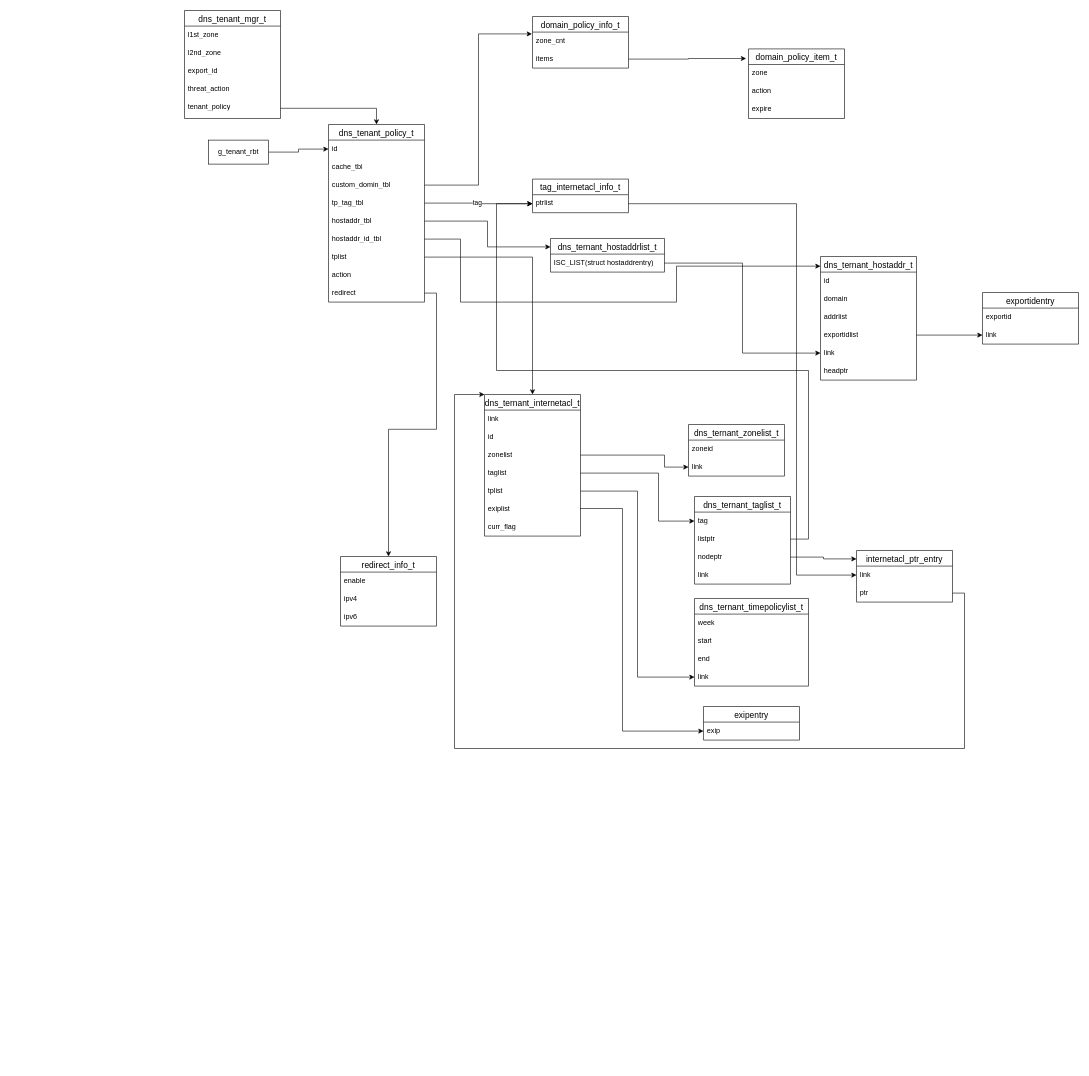
Earlier version of the draw.io diagram dta.drawio (jiafengjason/draw.io). Source tidied: cells renumbered, new cells numbered last; positions are measured from the earlier drawing's top-left corner, leaving out a move shared by most shapes. Both pictures are drawn from the tidied source at 60%, with x=0, y=0 at pixel (184, 10).
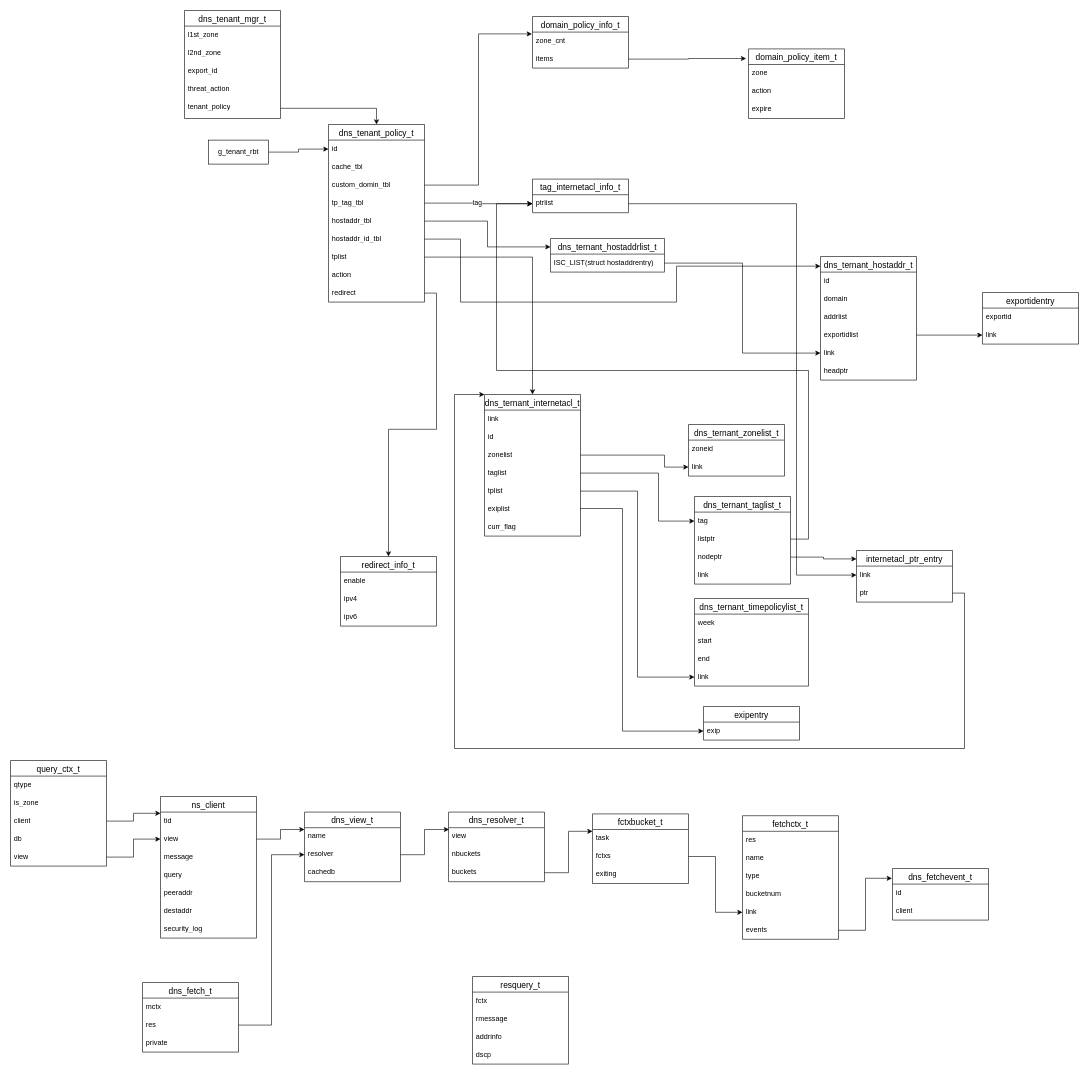
The same page after the edit.

What changed in the source:
```diff
@@
+    <mxCell id="90" value="ns_client" style="swimlane;fontStyle=0;horizontal=1;startSize=26;align=center;fontSize=14;" parent="1" vertex="1">
+      <mxGeometry x="-40" y="1310" width="160" height="236" as="geometry" />
+    </mxCell>
+    <mxCell id="91" value="tid" style="text;strokeColor=none;fillColor=none;spacingLeft=4;spacingRight=4;overflow=hidden;points=[[0,0.5],[1,0.5]];portConstraint=eastwest;fontSize=12;whiteSpace=wrap;html=1;" parent="90" vertex="1">
+      <mxGeometry y="26" width="160" height="30" as="geometry" />
+    </mxCell>
+    <mxCell id="92" value="view" style="text;strokeColor=none;fillColor=none;spacingLeft=4;spacingRight=4;overflow=hidden;points=[[0,0.5],[1,0.5]];portConstraint=eastwest;fontSize=12;whiteSpace=wrap;html=1;" parent="90" vertex="1">
+      <mxGeometry y="56" width="160" height="30" as="geometry" />
+    </mxCell>
+    <mxCell id="93" value="message" style="text;strokeColor=none;fillColor=none;spacingLeft=4;spacingRight=4;overflow=hidden;fontSize=12;whiteSpace=wrap;html=1;" parent="90" vertex="1">
+      <mxGeometry y="86" width="160" height="30" as="geometry" />
+    </mxCell>
+    <mxCell id="94" value="query" style="text;strokeColor=none;fillColor=none;spacingLeft=4;spacingRight=4;overflow=hidden;fontSize=12;whiteSpace=wrap;html=1;" parent="90" vertex="1">
+      <mxGeometry y="116" width="160" height="30" as="geometry" />
+    </mxCell>
+    <mxCell id="95" value="peeraddr" style="text;strokeColor=none;fillColor=none;spacingLeft=4;spacingRight=4;overflow=hidden;fontSize=12;whiteSpace=wrap;html=1;" parent="90" vertex="1">
+      <mxGeometry y="146" width="160" height="30" as="geometry" />
+    </mxCell>
+    <mxCell id="96" value="destaddr" style="text;strokeColor=none;fillColor=none;spacingLeft=4;spacingRight=4;overflow=hidden;fontSize=12;whiteSpace=wrap;html=1;" parent="90" vertex="1">
+      <mxGeometry y="176" width="160" height="30" as="geometry" />
+    </mxCell>
+    <mxCell id="97" value="security_log" style="text;strokeColor=none;fillColor=none;spacingLeft=4;spacingRight=4;overflow=hidden;fontSize=12;whiteSpace=wrap;html=1;" parent="90" vertex="1">
+      <mxGeometry y="206" width="160" height="30" as="geometry" />
+    </mxCell>
+    <mxCell id="98" value="dns_view_t" style="swimlane;fontStyle=0;horizontal=1;startSize=26;align=center;fontSize=14;" parent="1" vertex="1">
+      <mxGeometry x="200" y="1336" width="160" height="116" as="geometry" />
+    </mxCell>
+    <mxCell id="99" value="name" style="text;strokeColor=none;fillColor=none;spacingLeft=4;spacingRight=4;overflow=hidden;fontSize=12;whiteSpace=wrap;html=1;" parent="98" vertex="1">
+      <mxGeometry y="26" width="160" height="30" as="geometry" />
+    </mxCell>
+    <mxCell id="100" value="resolver" style="text;strokeColor=none;fillColor=none;spacingLeft=4;spacingRight=4;overflow=hidden;points=[[0,0.5],[1,0.5]];portConstraint=eastwest;fontSize=12;whiteSpace=wrap;html=1;" parent="98" vertex="1">
+      <mxGeometry y="56" width="160" height="30" as="geometry" />
+    </mxCell>
+    <mxCell id="101" value="cachedb" style="text;strokeColor=none;fillColor=none;spacingLeft=4;spacingRight=4;overflow=hidden;fontSize=12;whiteSpace=wrap;html=1;" parent="98" vertex="1">
+      <mxGeometry y="86" width="160" height="30" as="geometry" />
+    </mxCell>
+    <mxCell id="102" style="edgeStyle=orthogonalEdgeStyle;rounded=0;jettySize=auto;html=1;entryX=0;entryY=0.25;entryDx=0;entryDy=0;" parent="1" edge="1" source="92" target="98">
+      <mxGeometry relative="1" as="geometry" />
+    </mxCell>
+    <mxCell id="103" value="query_ctx_t" style="swimlane;fontStyle=0;horizontal=1;startSize=26;align=center;fontSize=14;" parent="1" vertex="1">
+      <mxGeometry x="-290" y="1250" width="160" height="176" as="geometry" />
+    </mxCell>
+    <mxCell id="104" value="qtype" style="text;strokeColor=none;fillColor=none;spacingLeft=4;spacingRight=4;overflow=hidden;fontSize=12;whiteSpace=wrap;html=1;" parent="103" vertex="1">
+      <mxGeometry y="26" width="160" height="30" as="geometry" />
+    </mxCell>
+    <mxCell id="105" value="is_zone" style="text;strokeColor=none;fillColor=none;spacingLeft=4;spacingRight=4;overflow=hidden;fontSize=12;whiteSpace=wrap;html=1;" parent="103" vertex="1">
+      <mxGeometry y="56" width="160" height="30" as="geometry" />
+    </mxCell>
+    <mxCell id="106" value="client" style="text;strokeColor=none;fillColor=none;spacingLeft=4;spacingRight=4;overflow=hidden;points=[[0,0.5],[1,0.5]];portConstraint=eastwest;fontSize=12;whiteSpace=wrap;html=1;" parent="103" vertex="1">
+      <mxGeometry y="86" width="160" height="30" as="geometry" />
+    </mxCell>
+    <mxCell id="107" value="db" style="text;strokeColor=none;fillColor=none;spacingLeft=4;spacingRight=4;overflow=hidden;fontSize=12;whiteSpace=wrap;html=1;" parent="103" vertex="1">
+      <mxGeometry y="116" width="160" height="30" as="geometry" />
+    </mxCell>
+    <mxCell id="108" value="view" style="text;strokeColor=none;fillColor=none;spacingLeft=4;spacingRight=4;overflow=hidden;points=[[0,0.5],[1,0.5]];portConstraint=eastwest;fontSize=12;whiteSpace=wrap;html=1;" parent="103" vertex="1">
+      <mxGeometry y="146" width="160" height="30" as="geometry" />
+    </mxCell>
+    <mxCell id="109" style="edgeStyle=orthogonalEdgeStyle;rounded=0;jettySize=auto;html=1;entryX=0;entryY=0.5;entryDx=0;entryDy=0;" parent="1" edge="1" source="108" target="92">
+      <mxGeometry relative="1" as="geometry" />
+    </mxCell>
+    <mxCell id="110" style="edgeStyle=orthogonalEdgeStyle;rounded=0;jettySize=auto;html=1;entryX=0;entryY=0.067;entryDx=0;entryDy=0;entryPerimeter=0;" parent="1" edge="1" source="106" target="91">
+      <mxGeometry relative="1" as="geometry" />
+    </mxCell>
+    <mxCell id="111" style="edgeStyle=orthogonalEdgeStyle;rounded=0;jettySize=auto;html=1;entryX=0;entryY=0.5;entryDx=0;entryDy=0;exitX=1;exitY=0.5;exitDx=0;exitDy=0;" parent="1" edge="1" source="114" target="100">
+      <mxGeometry relative="1" as="geometry" />
+    </mxCell>
+    <mxCell id="112" value="dns_fetch_t" style="swimlane;fontStyle=0;horizontal=1;startSize=26;align=center;fontSize=14;" parent="1" vertex="1">
+      <mxGeometry x="-70" y="1620" width="160" height="116" as="geometry" />
+    </mxCell>
+    <mxCell id="113" value="mctx" style="text;strokeColor=none;fillColor=none;spacingLeft=4;spacingRight=4;overflow=hidden;fontSize=12;whiteSpace=wrap;html=1;" parent="112" vertex="1">
+      <mxGeometry y="26" width="160" height="30" as="geometry" />
+    </mxCell>
+    <mxCell id="114" value="res" style="text;strokeColor=none;fillColor=none;spacingLeft=4;spacingRight=4;overflow=hidden;points=[[0,0.5],[1,0.5]];portConstraint=eastwest;fontSize=12;whiteSpace=wrap;html=1;" parent="112" vertex="1">
+      <mxGeometry y="56" width="160" height="30" as="geometry" />
+    </mxCell>
+    <mxCell id="115" value="private" style="text;strokeColor=none;fillColor=none;spacingLeft=4;spacingRight=4;overflow=hidden;fontSize=12;whiteSpace=wrap;html=1;" parent="112" vertex="1">
+      <mxGeometry y="86" width="160" height="30" as="geometry" />
+    </mxCell>
+    <mxCell id="116" value="dns_resolver_t" style="swimlane;fontStyle=0;horizontal=1;startSize=26;align=center;fontSize=14;" parent="1" vertex="1">
+      <mxGeometry x="440" y="1336" width="160" height="116" as="geometry" />
+    </mxCell>
+    <mxCell id="117" value="view" style="text;strokeColor=none;fillColor=none;spacingLeft=4;spacingRight=4;overflow=hidden;points=[[0,0.5],[1,0.5]];portConstraint=eastwest;fontSize=12;whiteSpace=wrap;html=1;" parent="116" vertex="1">
+      <mxGeometry y="26" width="160" height="30" as="geometry" />
+    </mxCell>
+    <mxCell id="118" value="nbuckets" style="text;strokeColor=none;fillColor=none;spacingLeft=4;spacingRight=4;overflow=hidden;fontSize=12;whiteSpace=wrap;html=1;" parent="116" vertex="1">
+      <mxGeometry y="56" width="160" height="30" as="geometry" />
+    </mxCell>
+    <mxCell id="119" value="buckets" style="text;strokeColor=none;fillColor=none;spacingLeft=4;spacingRight=4;overflow=hidden;points=[[0,0.5],[1,0.5]];portConstraint=eastwest;fontSize=12;whiteSpace=wrap;html=1;" parent="116" vertex="1">
+      <mxGeometry y="86" width="160" height="30" as="geometry" />
+    </mxCell>
+    <mxCell id="120" style="edgeStyle=orthogonalEdgeStyle;rounded=0;jettySize=auto;html=1;entryX=0.006;entryY=0.1;entryDx=0;entryDy=0;entryPerimeter=0;" parent="1" edge="1" source="100" target="117">
+      <mxGeometry relative="1" as="geometry" />
+    </mxCell>
+    <mxCell id="121" value="fctxbucket_t" style="swimlane;fontStyle=0;horizontal=1;startSize=26;align=center;fontSize=14;" parent="1" vertex="1">
+      <mxGeometry x="680" y="1339" width="160" height="116" as="geometry" />
+    </mxCell>
+    <mxCell id="122" value="task" style="text;strokeColor=none;fillColor=none;spacingLeft=4;spacingRight=4;overflow=hidden;fontSize=12;whiteSpace=wrap;html=1;" parent="121" vertex="1">
+      <mxGeometry y="26" width="160" height="30" as="geometry" />
+    </mxCell>
+    <mxCell id="123" value="fctxs" style="text;strokeColor=none;fillColor=none;spacingLeft=4;spacingRight=4;overflow=hidden;points=[[0,0.5],[1,0.5]];portConstraint=eastwest;fontSize=12;whiteSpace=wrap;html=1;" parent="121" vertex="1">
+      <mxGeometry y="56" width="160" height="30" as="geometry" />
+    </mxCell>
+    <mxCell id="124" value="exiting" style="text;strokeColor=none;fillColor=none;spacingLeft=4;spacingRight=4;overflow=hidden;fontSize=12;whiteSpace=wrap;html=1;" parent="121" vertex="1">
+      <mxGeometry y="86" width="160" height="30" as="geometry" />
+    </mxCell>
+    <mxCell id="125" style="edgeStyle=orthogonalEdgeStyle;rounded=0;jettySize=auto;html=1;entryX=0;entryY=0.25;entryDx=0;entryDy=0;" parent="1" edge="1" source="119" target="121">
+      <mxGeometry relative="1" as="geometry" />
+    </mxCell>
+    <mxCell id="126" value="fetchctx_t" style="swimlane;fontStyle=0;horizontal=1;startSize=26;align=center;fontSize=14;" parent="1" vertex="1">
+      <mxGeometry x="930" y="1342" width="160" height="206" as="geometry" />
+    </mxCell>
+    <mxCell id="127" value="res" style="text;strokeColor=none;fillColor=none;spacingLeft=4;spacingRight=4;overflow=hidden;fontSize=12;whiteSpace=wrap;html=1;" parent="126" vertex="1">
+      <mxGeometry y="26" width="160" height="30" as="geometry" />
+    </mxCell>
+    <mxCell id="128" value="name" style="text;strokeColor=none;fillColor=none;spacingLeft=4;spacingRight=4;overflow=hidden;fontSize=12;whiteSpace=wrap;html=1;" parent="126" vertex="1">
+      <mxGeometry y="56" width="160" height="30" as="geometry" />
+    </mxCell>
+    <mxCell id="129" value="type" style="text;strokeColor=none;fillColor=none;spacingLeft=4;spacingRight=4;overflow=hidden;fontSize=12;whiteSpace=wrap;html=1;" parent="126" vertex="1">
+      <mxGeometry y="86" width="160" height="30" as="geometry" />
+    </mxCell>
+    <mxCell id="130" value="bucketnum" style="text;strokeColor=none;fillColor=none;spacingLeft=4;spacingRight=4;overflow=hidden;fontSize=12;whiteSpace=wrap;html=1;" parent="126" vertex="1">
+      <mxGeometry y="116" width="160" height="30" as="geometry" />
+    </mxCell>
+    <mxCell id="131" value="link" style="text;strokeColor=none;fillColor=none;spacingLeft=4;spacingRight=4;overflow=hidden;points=[[0,0.5],[1,0.5]];portConstraint=eastwest;fontSize=12;whiteSpace=wrap;html=1;" parent="126" vertex="1">
+      <mxGeometry y="146" width="160" height="30" as="geometry" />
+    </mxCell>
+    <mxCell id="132" value="events" style="text;strokeColor=none;fillColor=none;spacingLeft=4;spacingRight=4;overflow=hidden;points=[[0,0.5],[1,0.5]];portConstraint=eastwest;fontSize=12;whiteSpace=wrap;html=1;" parent="126" vertex="1">
+      <mxGeometry y="176" width="160" height="30" as="geometry" />
+    </mxCell>
+    <mxCell id="133" style="edgeStyle=orthogonalEdgeStyle;rounded=0;jettySize=auto;html=1;entryX=0;entryY=0.5;entryDx=0;entryDy=0;" parent="1" edge="1" source="123" target="131">
+      <mxGeometry relative="1" as="geometry" />
+    </mxCell>
+    <mxCell id="134" value="dns_fetchevent_t" style="swimlane;fontStyle=0;horizontal=1;startSize=26;align=center;fontSize=14;" parent="1" vertex="1">
+      <mxGeometry x="1180" y="1430" width="160" height="86" as="geometry" />
+    </mxCell>
+    <mxCell id="135" value="id" style="text;strokeColor=none;fillColor=none;spacingLeft=4;spacingRight=4;overflow=hidden;fontSize=12;whiteSpace=wrap;html=1;" parent="134" vertex="1">
+      <mxGeometry y="26" width="160" height="30" as="geometry" />
+    </mxCell>
+    <mxCell id="136" value="client" style="text;strokeColor=none;fillColor=none;spacingLeft=4;spacingRight=4;overflow=hidden;fontSize=12;whiteSpace=wrap;html=1;" parent="134" vertex="1">
+      <mxGeometry y="56" width="160" height="30" as="geometry" />
+    </mxCell>
+    <mxCell id="137" style="edgeStyle=orthogonalEdgeStyle;rounded=0;jettySize=auto;html=1;entryX=-0.006;entryY=0.19;entryDx=0;entryDy=0;entryPerimeter=0;" parent="1" edge="1" source="132" target="134">
+      <mxGeometry relative="1" as="geometry" />
+    </mxCell>
+    <mxCell id="138" value="resquery_t" style="swimlane;fontStyle=0;horizontal=1;startSize=26;align=center;fontSize=14;" parent="1" vertex="1">
+      <mxGeometry x="480" y="1610" width="160" height="146" as="geometry" />
+    </mxCell>
+    <mxCell id="139" value="fctx" style="text;strokeColor=none;fillColor=none;spacingLeft=4;spacingRight=4;overflow=hidden;fontSize=12;whiteSpace=wrap;html=1;" parent="138" vertex="1">
+      <mxGeometry y="26" width="160" height="30" as="geometry" />
+    </mxCell>
+    <mxCell id="140" value="rmessage" style="text;strokeColor=none;fillColor=none;spacingLeft=4;spacingRight=4;overflow=hidden;fontSize=12;whiteSpace=wrap;html=1;" parent="138" vertex="1">
+      <mxGeometry y="56" width="160" height="30" as="geometry" />
+    </mxCell>
+    <mxCell id="141" value="addrinfo" style="text;strokeColor=none;fillColor=none;spacingLeft=4;spacingRight=4;overflow=hidden;fontSize=12;whiteSpace=wrap;html=1;" parent="138" vertex="1">
+      <mxGeometry y="86" width="160" height="30" as="geometry" />
+    </mxCell>
+    <mxCell id="142" value="dscp" style="text;strokeColor=none;fillColor=none;spacingLeft=4;spacingRight=4;overflow=hidden;fontSize=12;whiteSpace=wrap;html=1;" parent="138" vertex="1">
+      <mxGeometry y="116" width="160" height="30" as="geometry" />
+    </mxCell>
```
